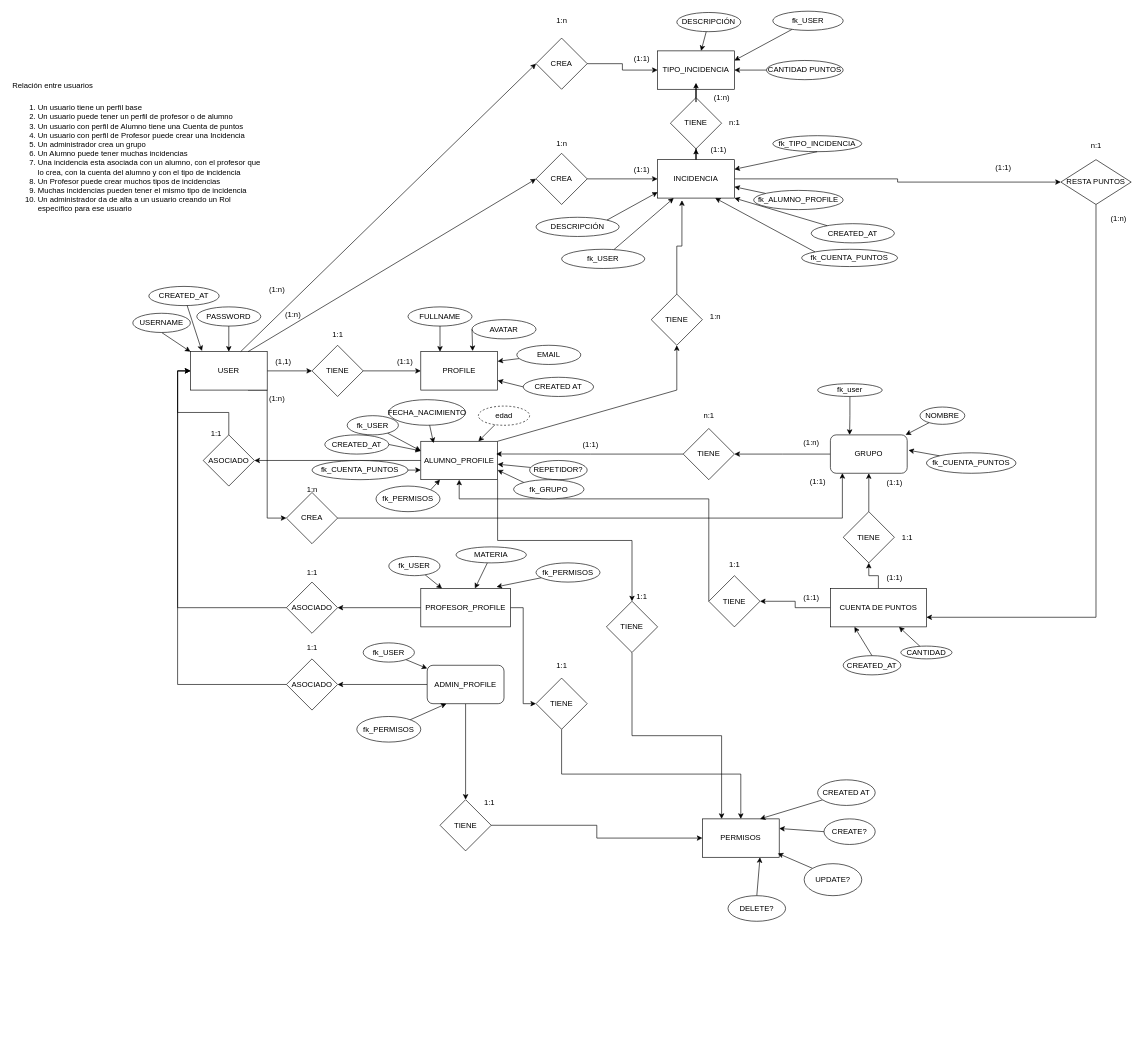
This is DIAGRAMA-CARNET-PUNTOS.drawio from V4l3ntino/api-carnet-puntos, a draw.io file, before an edit. Source tidied: cells renumbered, new cells numbered last; positions are measured from the earlier drawing's top-left corner, leaving out a move shared by most shapes. Both pictures are drawn from the tidied source at 64%, with x=0, y=0 at pixel (11, 11).
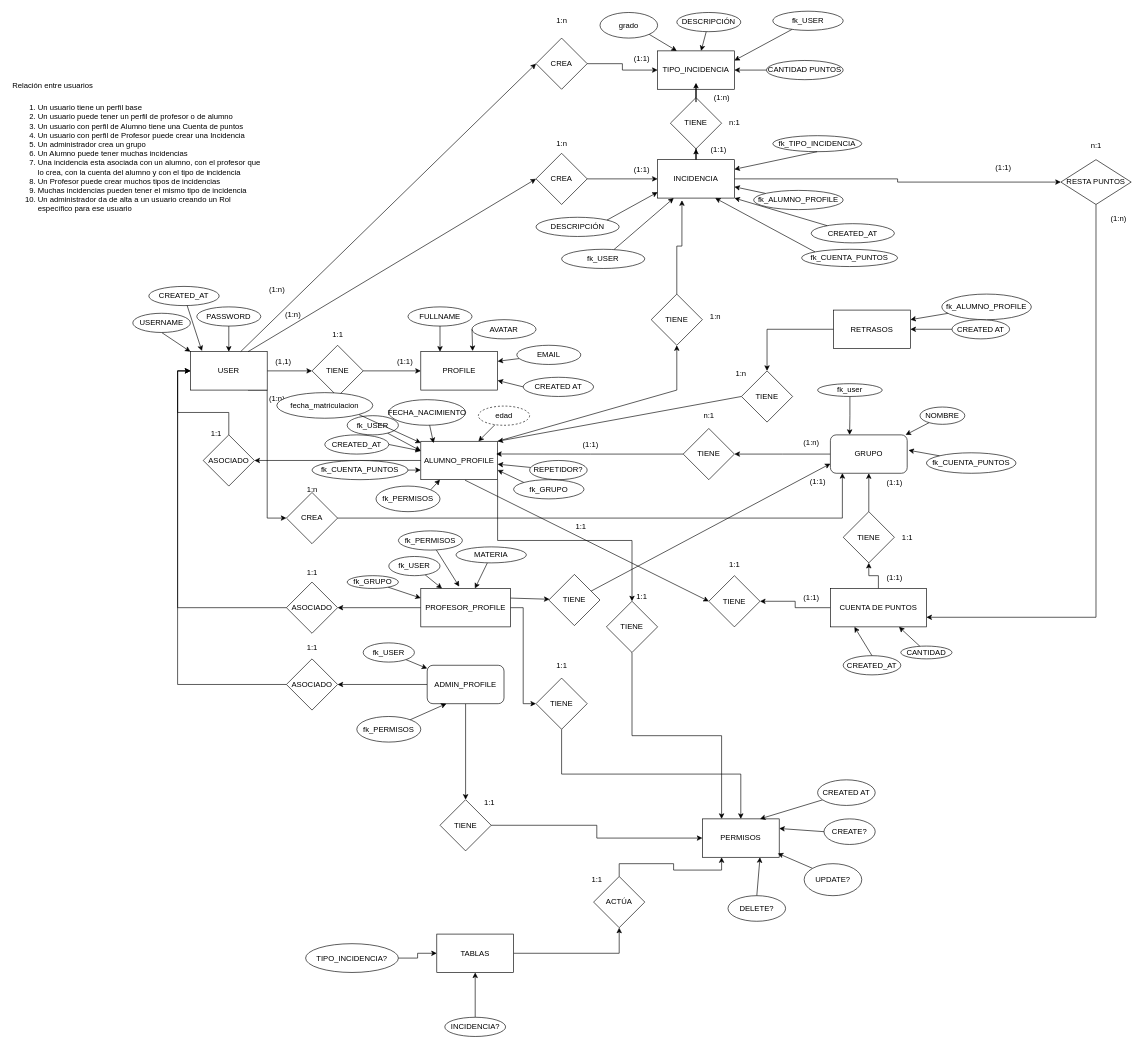
After the change.

The change refers to these unchanged cells:
```xml
<mxCell id="25" value="ALUMNO_PROFILE" style="whiteSpace=wrap;html=1;" parent="1" vertex="1">
  <mxGeometry x="640" y="672" width="120" height="60" as="geometry" />
</mxCell>
<mxCell id="28" value="PROFESOR_PROFILE" style="whiteSpace=wrap;html=1;" parent="1" vertex="1">
  <mxGeometry x="640" y="902" width="140" height="60" as="geometry" />
</mxCell>
<mxCell id="45" value="GRUPO" style="rounded=1;whiteSpace=wrap;html=1;" parent="1" vertex="1">
  <mxGeometry x="1280" y="662" width="120" height="60" as="geometry" />
</mxCell>
<mxCell id="59" value="TIENE" style="rhombus;whiteSpace=wrap;html=1;" parent="1" vertex="1">
  <mxGeometry x="1090" y="882" width="80" height="80" as="geometry" />
</mxCell>
<mxCell id="73" value="TIPO_INCIDENCIA" style="whiteSpace=wrap;html=1;" parent="1" vertex="1">
  <mxGeometry x="1010" y="62" width="120" height="60" as="geometry" />
</mxCell>
<mxCell id="134" value="PERMISOS" style="whiteSpace=wrap;html=1;" parent="1" vertex="1">
  <mxGeometry x="1080" y="1262" width="120" height="60" as="geometry" />
</mxCell>
```

Diff of the diagram source:
```diff
@@
+    <mxCell id="171" style="rounded=0;jettySize=auto;html=1;exitX=1;exitY=0.25;exitDx=0;exitDy=0;" parent="1" edge="1" source="28" target="173">
+      <mxGeometry relative="1" as="geometry" />
+    </mxCell>
@@
-    <mxCell id="58" style="edgeStyle=orthogonalEdgeStyle;rounded=0;jettySize=auto;html=1;entryX=0.5;entryY=1;entryDx=0;entryDy=0;" parent="1" edge="1" source="59" target="25">
-      <mxGeometry relative="1" as="geometry">
-        <Array as="points">
-          <mxPoint x="1090" y="762" />
-          <mxPoint x="700" y="762" />
-        </Array>
-      </mxGeometry>
+    <mxCell id="58" style="rounded=0;jettySize=auto;html=1;entryX=0;entryY=0.5;entryDx=0;entryDy=0;exitX=0.576;exitY=1.013;exitDx=0;exitDy=0;exitPerimeter=0;" parent="1" edge="1" source="25" target="59">
+      <mxGeometry relative="1" as="geometry" />
     </mxCell>
@@
     <mxCell id="163" value="fk_PERMISOS" style="ellipse;whiteSpace=wrap;html=1;" parent="1" vertex="1">
-      <mxGeometry x="820" y="862" width="100" height="30" as="geometry" />
+      <mxGeometry x="605" y="812" width="100" height="30" as="geometry" />
     </mxCell>
-    <mxCell id="164" style="rounded=0;jettySize=auto;html=1;entryX=0.845;entryY=-0.042;entryDx=0;entryDy=0;entryPerimeter=0;" parent="1" edge="1" source="163" target="28">
-      <mxGeometry relative="1" as="geometry" />
+    <mxCell id="164" style="rounded=0;jettySize=auto;html=1;" parent="1" edge="1" source="163">
+      <mxGeometry relative="1" as="geometry">
+        <mxPoint x="700" y="899" as="targetPoint" />
+      </mxGeometry>
     </mxCell>
@@
+    <mxCell id="172" style="rounded=0;jettySize=auto;html=1;entryX=0;entryY=0.75;entryDx=0;entryDy=0;" parent="1" edge="1" source="173" target="45">
+      <mxGeometry relative="1" as="geometry" />
+    </mxCell>
+    <mxCell id="173" value="TIENE" style="rhombus;whiteSpace=wrap;html=1;" parent="1" vertex="1">
+      <mxGeometry x="840" y="880" width="80" height="80" as="geometry" />
+    </mxCell>
+    <mxCell id="174" style="rounded=0;jettySize=auto;html=1;entryX=0;entryY=0.25;entryDx=0;entryDy=0;" parent="1" edge="1" source="175" target="28">
+      <mxGeometry relative="1" as="geometry" />
+    </mxCell>
+    <mxCell id="175" value="fk_GRUPO" style="ellipse;whiteSpace=wrap;html=1;" parent="1" vertex="1">
+      <mxGeometry x="525" y="882" width="80" height="20" as="geometry" />
+    </mxCell>
+    <mxCell id="176" value="1:1" style="text;html=1;align=center;verticalAlign=middle;strokeColor=none;fillColor=none;" parent="1" vertex="1">
+      <mxGeometry x="870" y="790" width="40" height="30" as="geometry" />
+    </mxCell>
+    <mxCell id="177" style="edgeStyle=orthogonalEdgeStyle;rounded=0;jettySize=auto;html=1;" parent="1" edge="1" source="178" target="184">
+      <mxGeometry relative="1" as="geometry" />
+    </mxCell>
+    <mxCell id="178" value="RETRASOS" style="whiteSpace=wrap;html=1;" parent="1" vertex="1">
+      <mxGeometry x="1285" y="467" width="120" height="60" as="geometry" />
+    </mxCell>
+    <mxCell id="179" style="edgeStyle=orthogonalEdgeStyle;rounded=0;jettySize=auto;html=1;" parent="1" edge="1" source="180" target="178">
+      <mxGeometry relative="1" as="geometry" />
+    </mxCell>
+    <mxCell id="180" value="CREATED AT" style="ellipse;whiteSpace=wrap;html=1;" parent="1" vertex="1">
+      <mxGeometry x="1470" y="482" width="90" height="30" as="geometry" />
+    </mxCell>
+    <mxCell id="181" style="rounded=0;jettySize=auto;html=1;entryX=1;entryY=0.25;entryDx=0;entryDy=0;" parent="1" edge="1" source="182" target="178">
+      <mxGeometry relative="1" as="geometry" />
+    </mxCell>
+    <mxCell id="182" value="fk_ALUMNO_PROFILE" style="ellipse;whiteSpace=wrap;html=1;" parent="1" vertex="1">
+      <mxGeometry x="1454" y="442" width="140" height="40" as="geometry" />
+    </mxCell>
+    <mxCell id="183" style="rounded=0;jettySize=auto;html=1;exitX=0;exitY=0.5;exitDx=0;exitDy=0;entryX=1;entryY=0;entryDx=0;entryDy=0;" parent="1" edge="1" source="184" target="25">
+      <mxGeometry relative="1" as="geometry" />
+    </mxCell>
+    <mxCell id="184" value="TIENE" style="rhombus;whiteSpace=wrap;html=1;" parent="1" vertex="1">
+      <mxGeometry x="1141" y="562" width="80" height="80" as="geometry" />
+    </mxCell>
+    <mxCell id="185" value="1:n" style="text;html=1;align=center;verticalAlign=middle;strokeColor=none;fillColor=none;" parent="1" vertex="1">
+      <mxGeometry x="1120" y="552" width="40" height="30" as="geometry" />
+    </mxCell>
+    <mxCell id="186" style="rounded=0;jettySize=auto;html=1;exitX=1;exitY=1;exitDx=0;exitDy=0;" parent="1" edge="1" source="187" target="25">
+      <mxGeometry relative="1" as="geometry" />
+    </mxCell>
+    <mxCell id="187" value="fecha_matriculacion" style="ellipse;whiteSpace=wrap;html=1;" parent="1" vertex="1">
+      <mxGeometry x="415" y="596" width="150" height="40" as="geometry" />
+    </mxCell>
+    <mxCell id="188" style="rounded=0;jettySize=auto;html=1;exitX=1;exitY=1;exitDx=0;exitDy=0;entryX=0.25;entryY=0;entryDx=0;entryDy=0;" parent="1" edge="1" source="189" target="73">
+      <mxGeometry relative="1" as="geometry" />
+    </mxCell>
+    <mxCell id="189" value="grado" style="ellipse;whiteSpace=wrap;html=1;" parent="1" vertex="1">
+      <mxGeometry x="920" y="2" width="90" height="40" as="geometry" />
+    </mxCell>
+    <mxCell id="190" style="edgeStyle=orthogonalEdgeStyle;rounded=0;jettySize=auto;html=1;entryX=0.5;entryY=1;entryDx=0;entryDy=0;" parent="1" edge="1" source="191" target="193">
+      <mxGeometry relative="1" as="geometry" />
+    </mxCell>
+    <mxCell id="191" value="TABLAS" style="whiteSpace=wrap;html=1;" parent="1" vertex="1">
+      <mxGeometry x="665" y="1442" width="120" height="60" as="geometry" />
+    </mxCell>
+    <mxCell id="192" style="edgeStyle=orthogonalEdgeStyle;rounded=0;jettySize=auto;html=1;exitX=0.5;exitY=0;exitDx=0;exitDy=0;entryX=0.25;entryY=1;entryDx=0;entryDy=0;" parent="1" edge="1" source="193" target="134">
+      <mxGeometry relative="1" as="geometry" />
+    </mxCell>
+    <mxCell id="193" value="ACTÚA" style="rhombus;whiteSpace=wrap;html=1;" parent="1" vertex="1">
+      <mxGeometry x="910" y="1352" width="80" height="80" as="geometry" />
+    </mxCell>
+    <mxCell id="194" value="1:1" style="text;html=1;align=center;verticalAlign=middle;strokeColor=none;fillColor=none;" parent="1" vertex="1">
+      <mxGeometry x="895" y="1342" width="40" height="30" as="geometry" />
+    </mxCell>
+    <mxCell id="195" style="edgeStyle=orthogonalEdgeStyle;rounded=0;jettySize=auto;html=1;" parent="1" edge="1" source="196" target="191">
+      <mxGeometry relative="1" as="geometry" />
+    </mxCell>
+    <mxCell id="196" value="INCIDENCIA?" style="ellipse;whiteSpace=wrap;html=1;" parent="1" vertex="1">
+      <mxGeometry x="677.5" y="1572" width="95" height="30" as="geometry" />
+    </mxCell>
+    <mxCell id="197" style="edgeStyle=orthogonalEdgeStyle;rounded=0;jettySize=auto;html=1;" parent="1" edge="1" source="198" target="191">
+      <mxGeometry relative="1" as="geometry" />
+    </mxCell>
+    <mxCell id="198" value="TIPO_INCIDENCIA?" style="ellipse;whiteSpace=wrap;html=1;" parent="1" vertex="1">
+      <mxGeometry x="460" y="1457" width="145" height="45" as="geometry" />
+    </mxCell>
```
